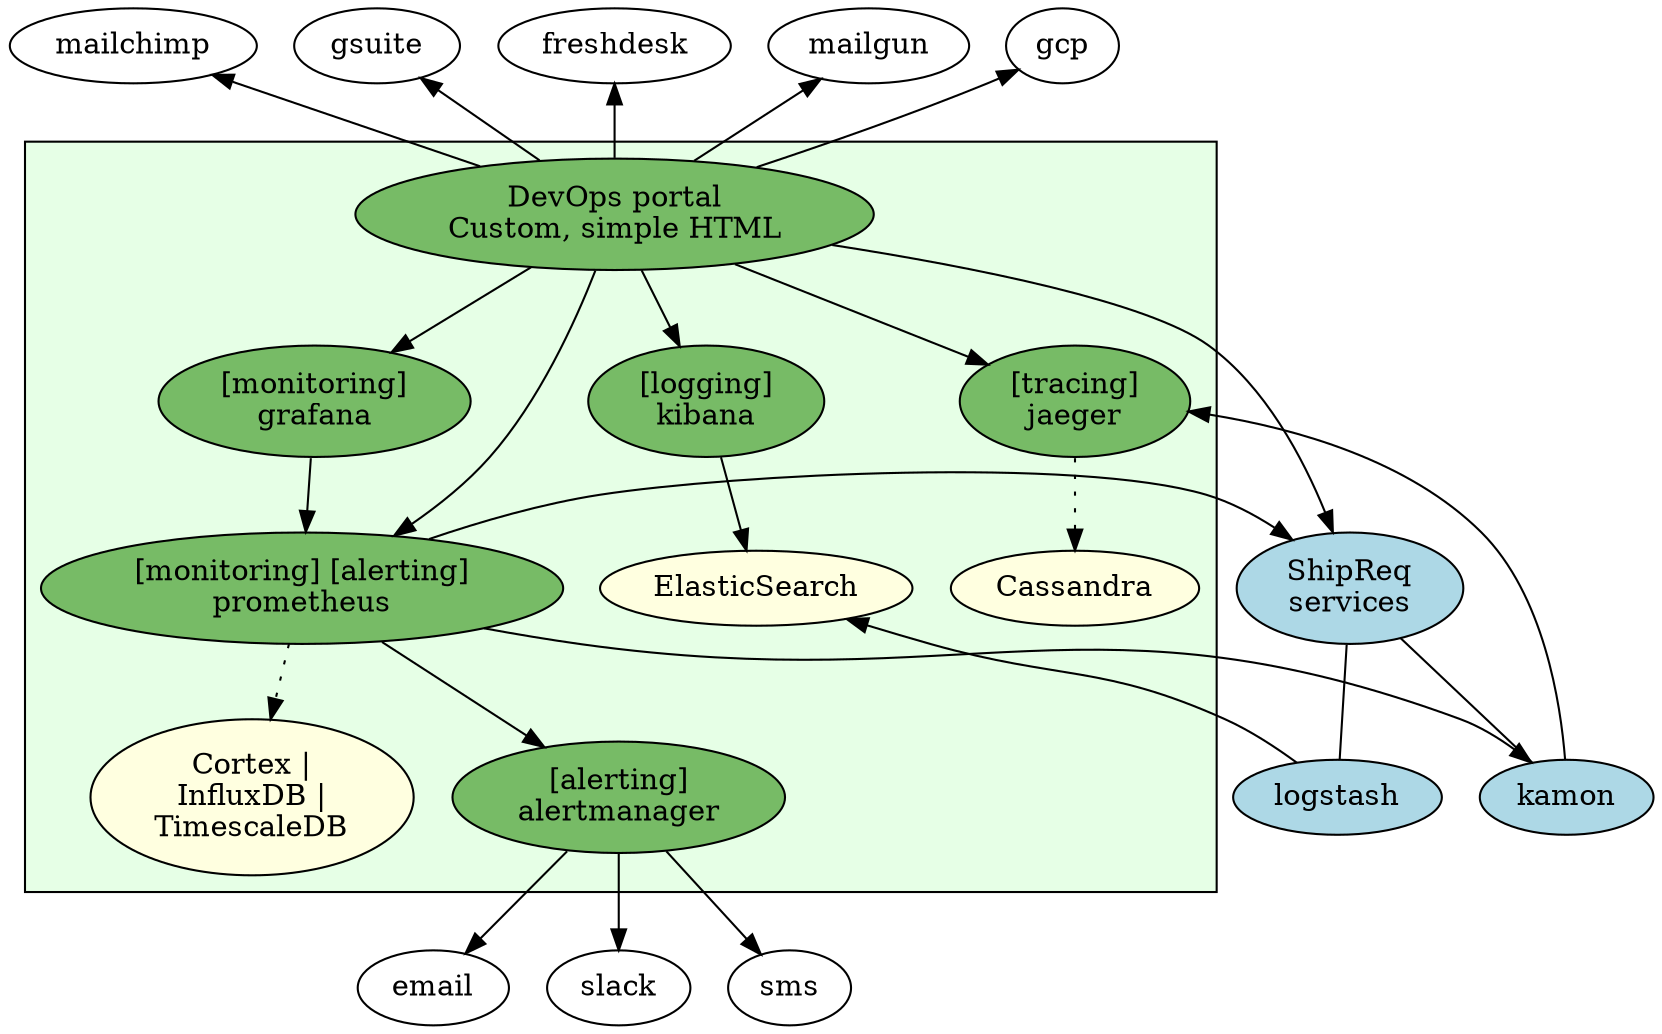
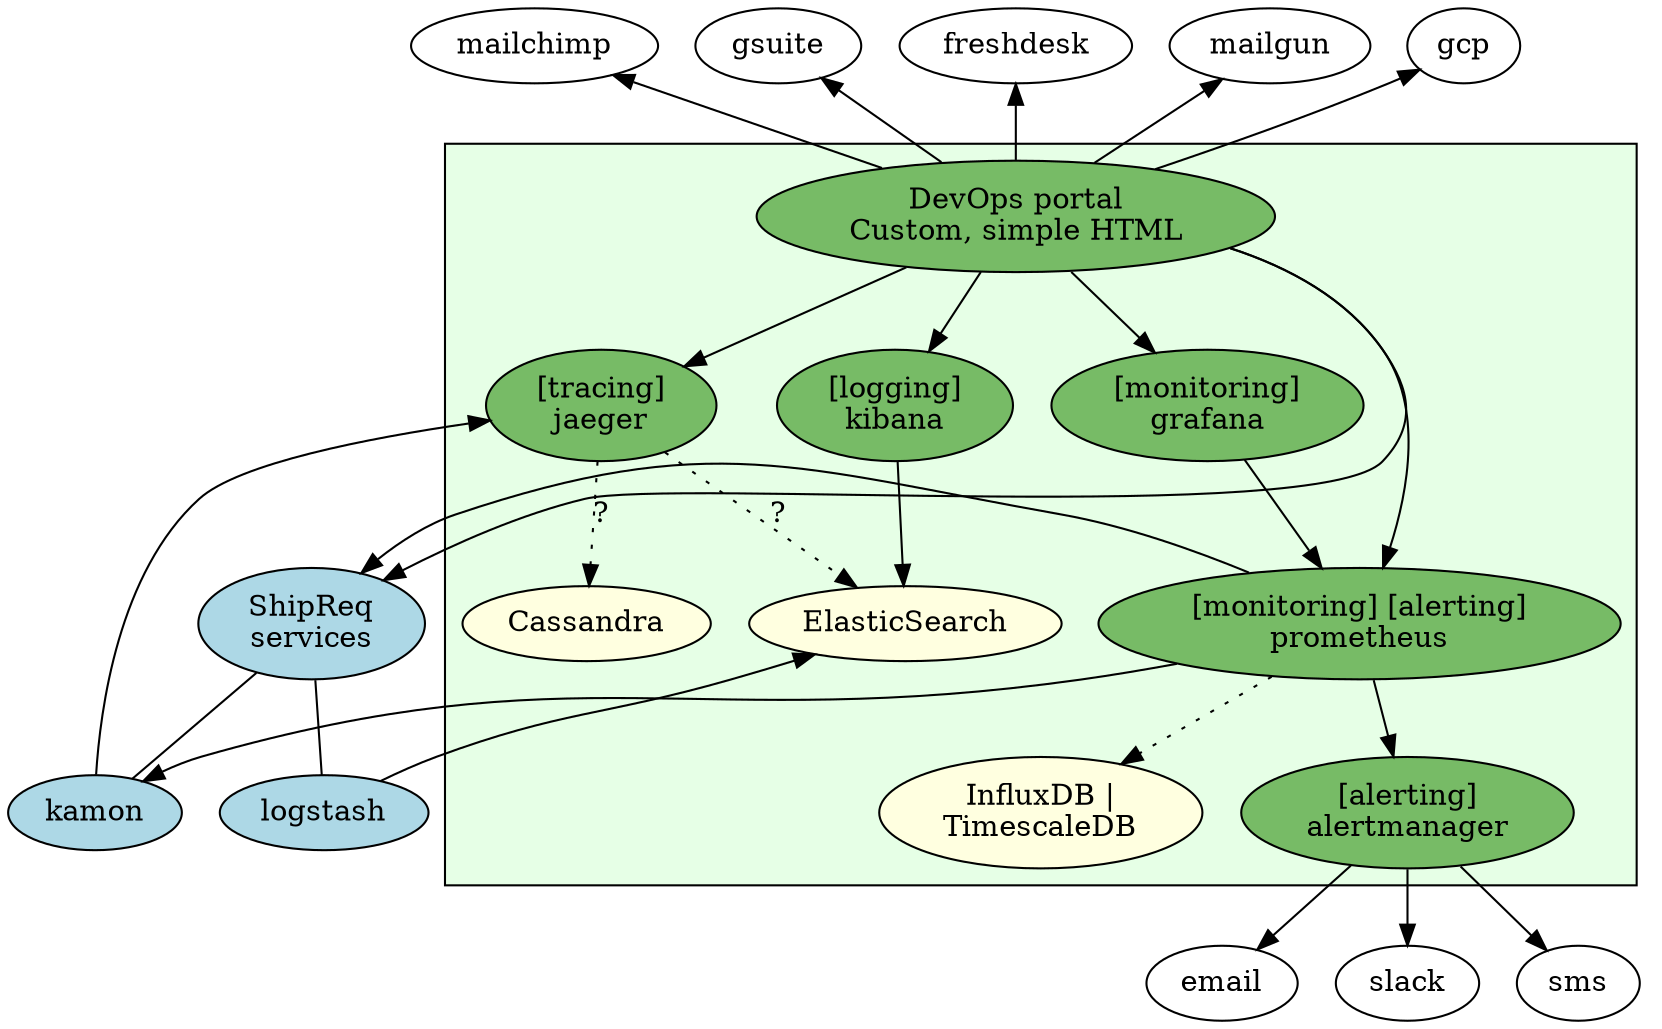
digraph G {

services [label="ShipReq\nservices" fillcolor=lightblue style=filled]
kamon,logstash [fillcolor=lightblue style=filled]

// Devops cluster
subgraph cluster_devops {
  fillcolor="#e6ffe6"
  style=filled
  node [style=filled fillcolor="#77bb66"]

  es [label="ElasticSearch" fillcolor=lightyellow style=filled]
  jaeger_storage [label="Cassandra" fillcolor=lightyellow style=filled]
-   prometheus_storage [label="Cortex |\nInfluxDB |\nTimescaleDB" fillcolor=lightyellow style=filled]
+   prometheus_storage [label="InfluxDB |\nTimescaleDB" fillcolor=lightyellow style=filled]
  jaeger [label="[tracing]\njaeger"]
  prometheus [label="[monitoring] [alerting]\nprometheus"]
  grafana [label="[monitoring]\ngrafana"]
  alertmanager [label="[alerting]\nalertmanager"]
  kibana [label="[logging]\nkibana"]

  portal [label="DevOps portal\nCustom, simple HTML"]
  portal -> jaeger,prometheus,grafana,kibana
}

// App
services -> kamon,logstash [arrowhead=none]
portal -> services [constraint=false]
mailchimp,gsuite,freshdesk,mailgun,gcp -> portal [dir=back]

// Monitoring & Alerting
prometheus -> services,kamon,alertmanager
grafana -> prometheus
alertmanager -> email,slack,sms
prometheus -> prometheus_storage [style=dotted]

// Logging
logstash,kibana -> es

// Tracing
kamon -> jaeger
- jaeger -> jaeger_storage [style=dotted]
+ jaeger -> jaeger_storage,es [style=dotted label="?"]

}
